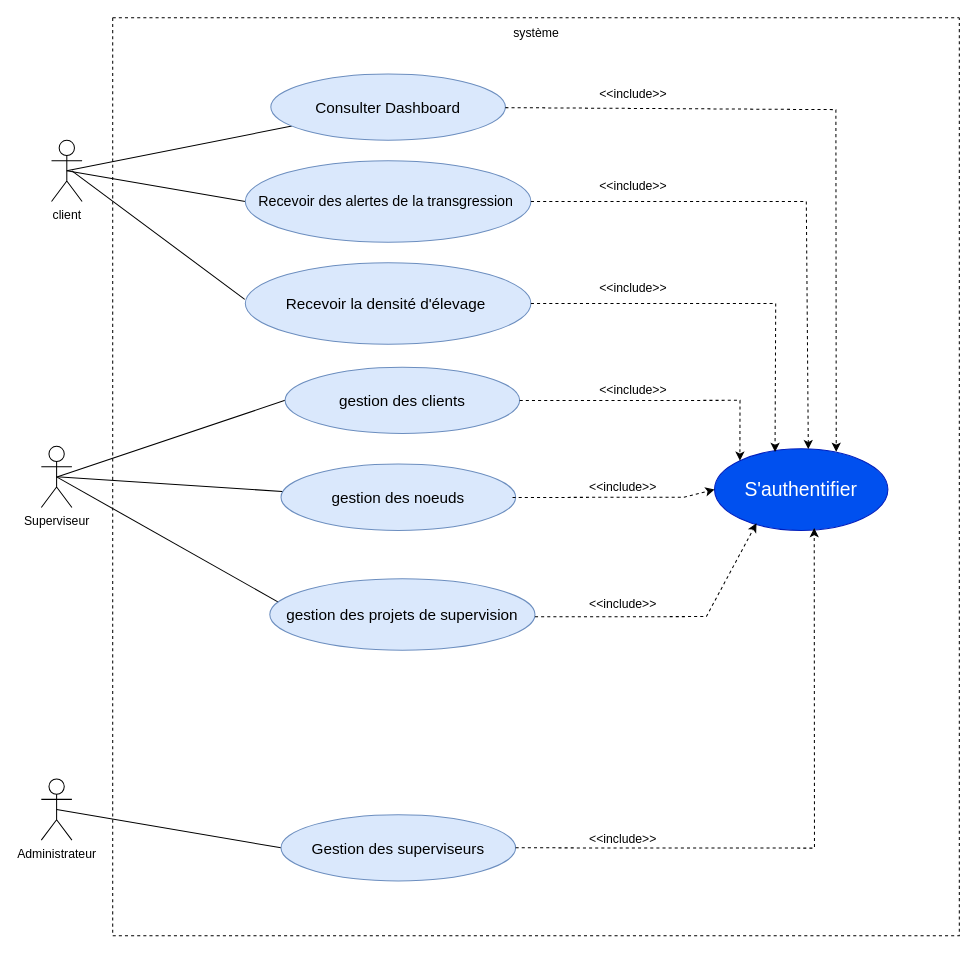
Above: Untitled Diagram.drawio in nassim-larafa/gradstone_website (draw.io), before the change. Source tidied: cells renumbered, new cells numbered last; positions are measured from the earlier drawing's top-left corner, leaving out a move shared by most shapes. Both pictures are drawn from the tidied source at 102%, with x=0, y=0 at pixel (41, 17).
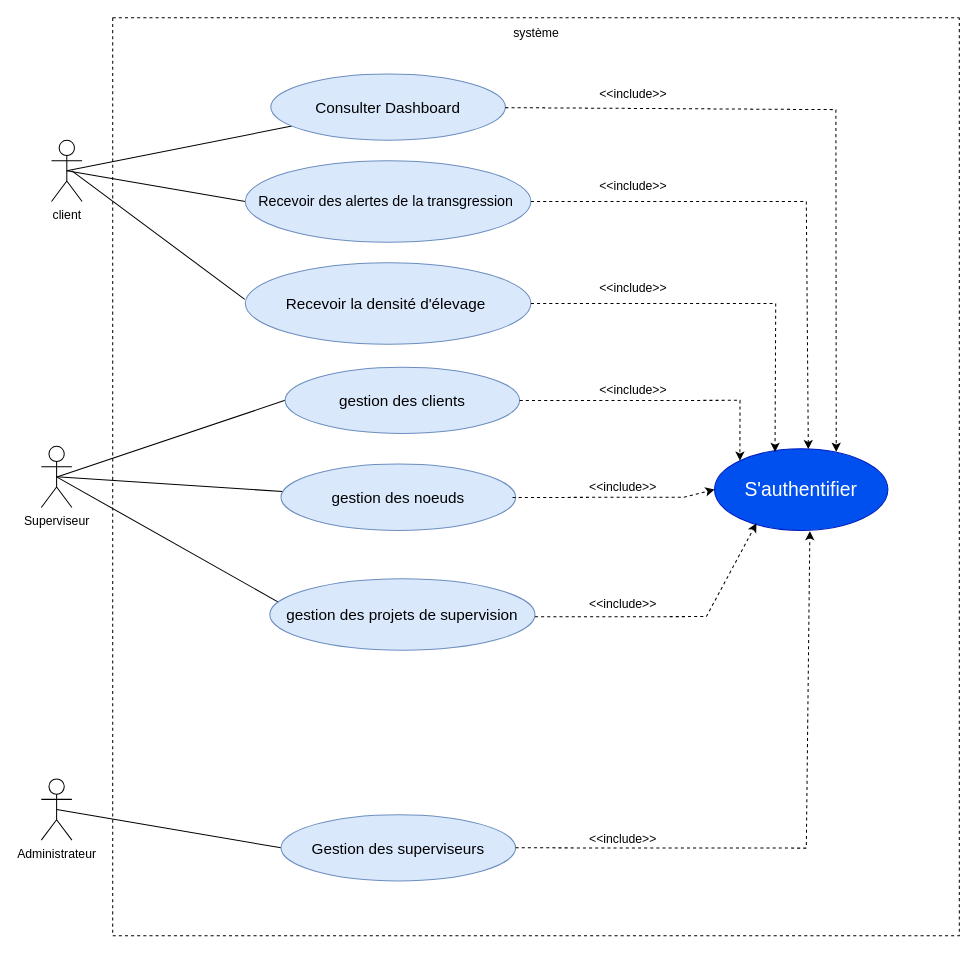
After the change.

The change refers to these unchanged cells:
```xml
<mxCell id="11" style="swimlane;startSize=0;dashed=1;" parent="1" vertex="1">
  <mxGeometry x="70" width="830" height="900" as="geometry" />
</mxCell>
<mxCell id="22" value="&lt;font style=&quot;font-size: 15px;&quot;&gt;Gestion des superviseurs&lt;/font&gt;" style="ellipse;whiteSpace=wrap;html=1;fillColor=#dae8fc;strokeColor=#6c8ebf;" parent="11" vertex="1">
  <mxGeometry x="165" y="781.2" width="230" height="65" as="geometry" />
</mxCell>
<mxCell id="23" value="&lt;font style=&quot;font-size: 19px;&quot;&gt;S'authentifier&lt;/font&gt;" style="ellipse;whiteSpace=wrap;html=1;fillColor=#0050ef;fontColor=#ffffff;strokeColor=#001DBC;" parent="11" vertex="1">
  <mxGeometry x="590" y="422.5" width="170" height="80" as="geometry" />
</mxCell>
```

The edit, as a diff of the source:
```diff
@@
-    <mxCell id="30" style="endArrow=classic;html=1;rounded=0;entryX=0.575;entryY=0.972;entryDx=0;entryDy=0;dashed=1;entryPerimeter=0;exitX=1;exitY=0.5;exitDx=0;exitDy=0;" parent="11" edge="1" source="22" target="23">
+    <mxCell id="30" style="endArrow=classic;html=1;rounded=0;entryX=0.55;entryY=1.009;entryDx=0;entryDy=0;dashed=1;entryPerimeter=0;exitX=1;exitY=0.5;exitDx=0;exitDy=0;" parent="11" edge="1" source="22" target="23">
       <mxGeometry relative="1" as="geometry">
         <Array as="points">
-          <mxPoint x="688" y="814" />
+          <mxPoint x="680" y="814" />
         </Array>
       </mxGeometry>
     </mxCell>
```
